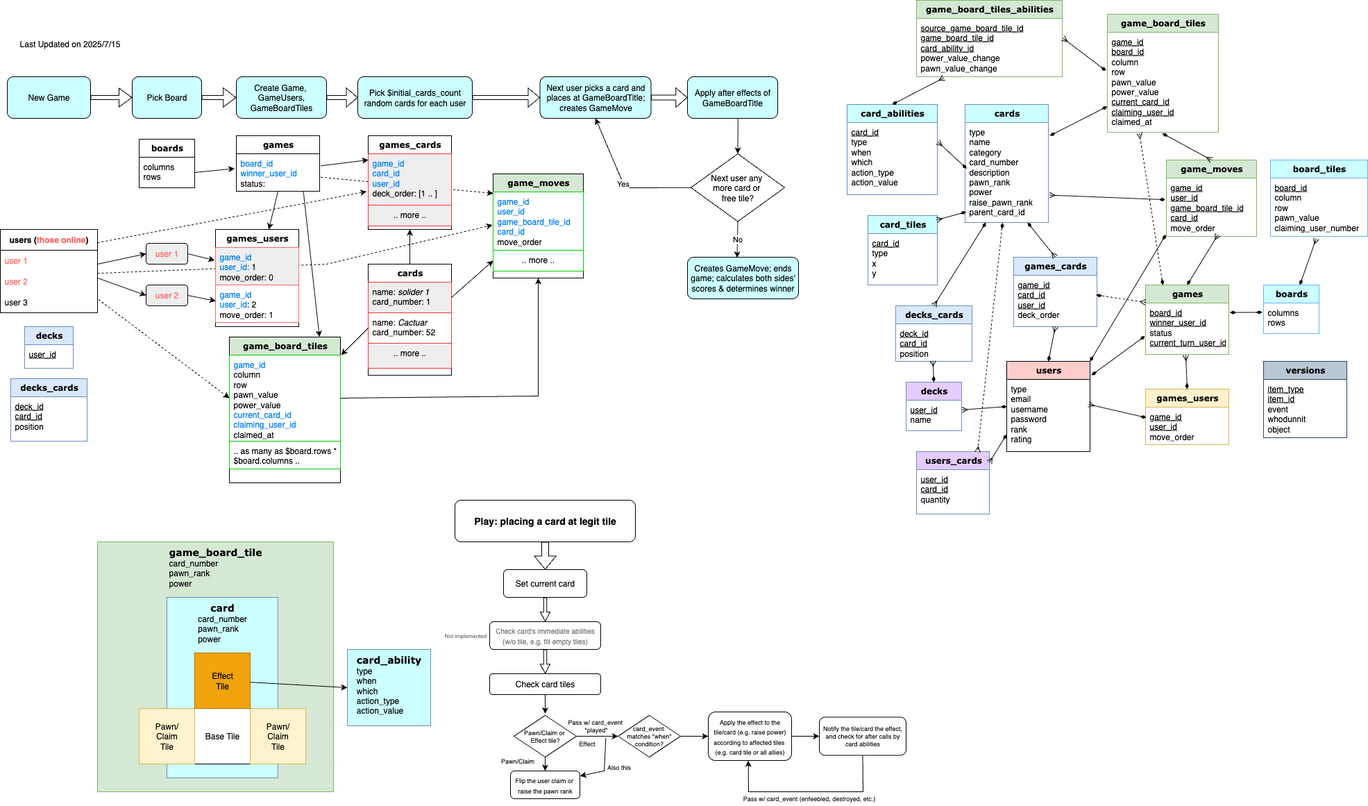
Before: app/assets/images/diagrams/EER.png, a diagram exported from draw.io (briangan/queens_blood_by_fan). Source tidied: cells renumbered, new cells last; positions are measured from the earlier drawing's top-left corner, leaving out a move shared by most shapes.
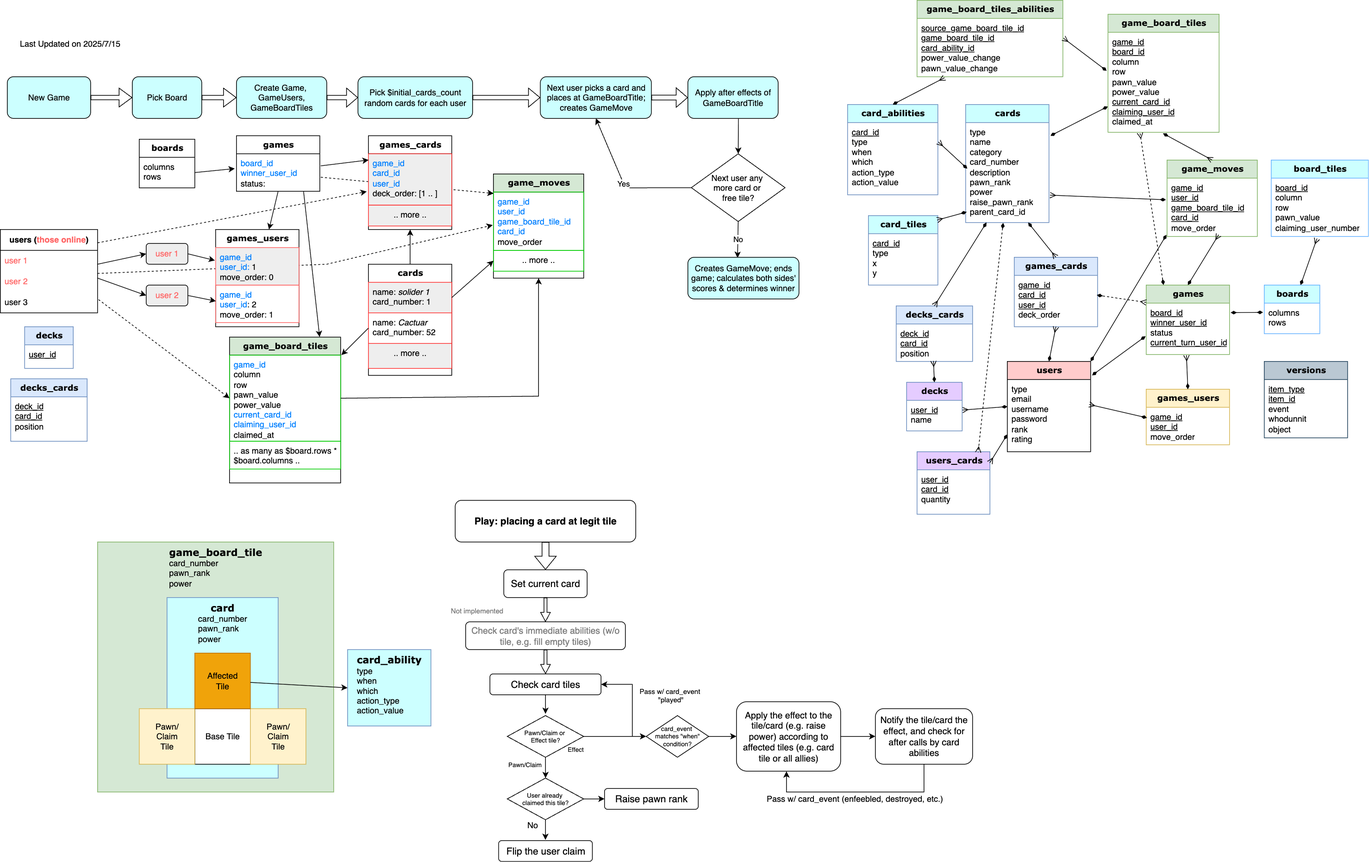
Later version of the same file.

Commit message:
EER diagram exported pic enlarged.

The edit, as a diff of the source:
```diff
@@ -389,7 +389,7 @@
     <mxCell id="126" value="Pawn/&lt;div&gt;Claim&lt;/div&gt;&lt;div&gt;Tile&lt;/div&gt;" style="whiteSpace=wrap;html=1;fillColor=#fff2cc;strokeColor=#d6b656;" parent="123" vertex="1">
       <mxGeometry x="160" y="80" width="80" height="80" as="geometry" />
     </mxCell>
-    <mxCell id="127" value="Effect&lt;div&gt;Tile&lt;/div&gt;" style="whiteSpace=wrap;html=1;fillColor=#f0a30a;strokeColor=#BD7000;fontColor=#000000;" parent="123" vertex="1">
+    <mxCell id="127" value="Affected&lt;div&gt;Tile&lt;/div&gt;" style="whiteSpace=wrap;html=1;fillColor=#f0a30a;strokeColor=#BD7000;fontColor=#000000;" parent="123" vertex="1">
       <mxGeometry x="80" width="80" height="80" as="geometry" />
     </mxCell>
     <mxCell id="128" style="endArrow=classic;html=1;rounded=0;entryX=0;entryY=0.5;entryDx=0;entryDy=0;" parent="1" edge="1" source="127" target="122">
@@ -398,7 +398,7 @@
     <mxCell id="129" value="&lt;span style=&quot;font-size: 14px; font-weight: 700; text-wrap-mode: nowrap;&quot;&gt;Play: placing a card at legit tile&lt;/span&gt;" style="rounded=1;whiteSpace=wrap;html=1;" parent="1" vertex="1">
       <mxGeometry x="655" y="720" width="260" height="60" as="geometry" />
     </mxCell>
-    <mxCell id="130" value="Set current card" style="rounded=1;whiteSpace=wrap;html=1;" parent="1" vertex="1">
+    <mxCell id="130" value="Set current card" style="rounded=1;whiteSpace=wrap;html=1;fontSize=14;" parent="1" vertex="1">
       <mxGeometry x="725" y="820" width="120" height="40" as="geometry" />
     </mxCell>
     <mxCell id="131" style="shape=flexArrow;endArrow=classic;html=1;rounded=0;entryX=0.5;entryY=0;entryDx=0;entryDy=0;" parent="1" edge="1" target="130">
@@ -406,29 +406,29 @@
         <mxPoint x="785" y="780" as="sourcePoint" />
       </mxGeometry>
     </mxCell>
-    <mxCell id="132" value="&lt;font style=&quot;font-size: 10px;&quot;&gt;Check card's immediate abilities (w/o tile, e.g.&amp;nbsp;&lt;/font&gt;&lt;span style=&quot;font-size: 10px; background-color: transparent; color: light-dark(rgb(128, 128, 128), rgb(127, 127, 127));&quot;&gt;fill empty tiles)&lt;/span&gt;" style="rounded=1;whiteSpace=wrap;html=1;fontColor=#808080;" parent="1" vertex="1">
-      <mxGeometry x="705" y="895" width="160" height="40" as="geometry" />
+    <mxCell id="132" value="&lt;font&gt;Check card's immediate abilities (w/o tile, e.g.&amp;nbsp;&lt;/font&gt;&lt;span style=&quot;background-color: transparent; color: light-dark(rgb(128, 128, 128), rgb(127, 127, 127));&quot;&gt;fill empty tiles)&lt;/span&gt;" style="rounded=1;whiteSpace=wrap;html=1;fontColor=#808080;fontSize=13;" parent="1" vertex="1">
+      <mxGeometry x="670" y="895" width="230" height="40" as="geometry" />
     </mxCell>
     <mxCell id="133" style="shape=flexArrow;endArrow=classic;html=1;rounded=0;width=4.444444444444445;endSize=4.075555555555556;endWidth=8.69135802469136;exitX=0.5;exitY=1;exitDx=0;exitDy=0;entryX=0.5;entryY=0;entryDx=0;entryDy=0;" parent="1" edge="1" source="130" target="132">
       <mxGeometry relative="1" as="geometry" />
     </mxCell>
-    <mxCell id="134" value="Check card tiles" style="rounded=1;whiteSpace=wrap;html=1;" parent="1" vertex="1">
+    <mxCell id="134" value="Check card tiles" style="rounded=1;whiteSpace=wrap;html=1;fontSize=14;" parent="1" vertex="1">
       <mxGeometry x="705" y="970" width="160" height="30" as="geometry" />
     </mxCell>
     <mxCell id="135" style="shape=flexArrow;endArrow=classic;html=1;rounded=0;width=4.444444444444445;endSize=4.075555555555556;endWidth=8.69135802469136;exitX=0.5;exitY=1;exitDx=0;exitDy=0;entryX=0.5;entryY=0;entryDx=0;entryDy=0;" parent="1" edge="1" source="132" target="134">
       <mxGeometry relative="1" as="geometry" />
     </mxCell>
     <mxCell id="136" value="Pawn/Claim or&amp;nbsp;&lt;div&gt;Effect tile?&lt;/div&gt;" style="rhombus;whiteSpace=wrap;html=1;fontSize=9;" parent="1" vertex="1">
-      <mxGeometry x="740" y="1030" width="90" height="60" as="geometry" />
+      <mxGeometry x="730" y="1030" width="110" height="60" as="geometry" />
     </mxCell>
-    <mxCell id="137" style="endArrow=classic;html=1;rounded=0;exitX=0.5;exitY=1;exitDx=0;exitDy=0;entryX=0.5;entryY=0;entryDx=0;entryDy=0;" parent="1" edge="1" source="136" target="139">
+    <mxCell id="137" style="endArrow=classic;html=1;rounded=0;exitX=0.5;exitY=1;exitDx=0;exitDy=0;entryX=0.5;entryY=0;entryDx=0;entryDy=0;" parent="1" edge="1" source="136" target="154">
       <mxGeometry relative="1" as="geometry" />
     </mxCell>
     <mxCell id="138" value="&lt;span style=&quot;font-size: 9px; text-wrap-mode: wrap;&quot;&gt;Pawn/Claim&lt;/span&gt;" style="text;html=1;align=center;verticalAlign=middle;strokeColor=none;fillColor=none;fontFamily=Helvetica;fontSize=12;fontColor=default;spacing=0;" parent="1" vertex="1">
-      <mxGeometry x="710" y="1085" width="70" height="20" as="geometry" />
+      <mxGeometry x="720" y="1090" width="70" height="20" as="geometry" />
     </mxCell>
-    <mxCell id="139" value="&lt;font style=&quot;font-size: 9px;&quot;&gt;Flip the user claim or&amp;nbsp;&lt;/font&gt;&lt;div&gt;&lt;font style=&quot;font-size: 9px;&quot;&gt;raise the pawn rank&lt;/font&gt;&lt;/div&gt;" style="rounded=1;whiteSpace=wrap;html=1;" parent="1" vertex="1">
-      <mxGeometry x="735" y="1110" width="100" height="40" as="geometry" />
+    <mxCell id="139" value="&lt;font&gt;Flip the user claim&lt;/font&gt;" style="rounded=1;whiteSpace=wrap;html=1;fontSize=14;" parent="1" vertex="1">
+      <mxGeometry x="717.5" y="1210" width="135" height="30" as="geometry" />
     </mxCell>
     <mxCell id="140" style="endArrow=classic;html=1;rounded=0;entryX=0.5;entryY=-0.041;entryDx=0;entryDy=0;entryPerimeter=0;exitX=0.5;exitY=1;exitDx=0;exitDy=0;" parent="1" edge="1" source="134" target="136">
       <mxGeometry relative="1" as="geometry" />
@@ -437,16 +437,16 @@
       <mxGeometry relative="1" as="geometry" />
     </mxCell>
     <mxCell id="142" value="&lt;span style=&quot;font-size: 9px; text-wrap-mode: wrap;&quot;&gt;Effect&lt;/span&gt;" style="text;html=1;align=center;verticalAlign=middle;strokeColor=none;fillColor=none;fontFamily=Helvetica;fontSize=12;fontColor=default;spacing=0;" parent="1" vertex="1">
-      <mxGeometry x="825" y="1060" width="40" height="20" as="geometry" />
+      <mxGeometry x="807.5" y="1067.5" width="40" height="20" as="geometry" />
     </mxCell>
-    <mxCell id="143" value="Not implemented" style="text;html=1;align=center;verticalAlign=middle;strokeColor=none;fillColor=none;fontSize=8;fontColor=#808080;" parent="1" vertex="1">
-      <mxGeometry x="630" y="905" width="80" height="20" as="geometry" />
+    <mxCell id="143" value="Not implemented" style="text;html=1;align=center;verticalAlign=middle;strokeColor=none;fillColor=none;fontSize=10;fontColor=#808080;" parent="1" vertex="1">
+      <mxGeometry x="636" y="863" width="100" height="30" as="geometry" />
     </mxCell>
-    <mxCell id="144" value="&lt;font style=&quot;font-size: 9px;&quot;&gt;Apply the effect to the tile/card (e.g. raise power)&lt;/font&gt;&lt;div&gt;&lt;font style=&quot;font-size: 9px;&quot;&gt;according to affected tiles&amp;nbsp;&lt;/font&gt;&lt;/div&gt;&lt;div&gt;&lt;font style=&quot;font-size: 9px;&quot;&gt;(e.g. card tile or all allies)&lt;/font&gt;&lt;/div&gt;" style="rounded=1;whiteSpace=wrap;html=1;" parent="1" vertex="1">
-      <mxGeometry x="1020" y="1025" width="120" height="70" as="geometry" />
+    <mxCell id="144" value="&lt;font&gt;Apply the effect to the tile/card (e.g. raise power)&amp;nbsp;&lt;/font&gt;&lt;span style=&quot;background-color: transparent; color: light-dark(rgb(0, 0, 0), rgb(255, 255, 255));&quot;&gt;according to affected tiles&amp;nbsp;&lt;/span&gt;&lt;span style=&quot;background-color: transparent; color: light-dark(rgb(0, 0, 0), rgb(255, 255, 255));&quot;&gt;(e.g. card tile or all allies)&lt;/span&gt;" style="rounded=1;whiteSpace=wrap;html=1;fontSize=13;" parent="1" vertex="1">
+      <mxGeometry x="1060" y="1010" width="150" height="100" as="geometry" />
     </mxCell>
-    <mxCell id="145" value="&lt;font&gt;Notify the tile/card the effect, and check for after calls by card abilities&lt;/font&gt;" style="rounded=1;whiteSpace=wrap;html=1;fontSize=9;" parent="1" vertex="1">
-      <mxGeometry x="1180" y="1032.5" width="125" height="55" as="geometry" />
+    <mxCell id="145" value="&lt;font&gt;Notify the tile/card the effect, and check for after calls by card abilities&lt;/font&gt;" style="rounded=1;whiteSpace=wrap;html=1;fontSize=13;" parent="1" vertex="1">
+      <mxGeometry x="1260" y="1020" width="140" height="80" as="geometry" />
     </mxCell>
     <mxCell id="146" style="endArrow=classic;html=1;rounded=0;exitX=1;exitY=0.5;exitDx=0;exitDy=0;entryX=0;entryY=0.5;entryDx=0;entryDy=0;" parent="1" edge="1" source="144" target="145">
       <mxGeometry relative="1" as="geometry" />
@@ -454,32 +454,47 @@
     <mxCell id="147" style="endArrow=classic;html=1;rounded=0;exitX=0.5;exitY=1;exitDx=0;exitDy=0;entryX=0.48;entryY=1.002;entryDx=0;entryDy=0;entryPerimeter=0;" parent="1" edge="1" source="145" target="144">
       <mxGeometry relative="1" as="geometry">
         <Array as="points">
-          <mxPoint x="1243" y="1140" />
-          <mxPoint x="1078" y="1140" />
+          <mxPoint x="1330" y="1140" />
+          <mxPoint x="1132" y="1140" />
         </Array>
       </mxGeometry>
     </mxCell>
-    <mxCell id="148" value="Pass w/ card_event&amp;nbsp;&lt;div&gt;&quot;played&quot;&lt;/div&gt;" style="text;html=1;align=center;verticalAlign=middle;points=[];strokeColor=none;fillColor=none;fontSize=9;" parent="1" vertex="1">
-      <mxGeometry x="807.5" y="1025" width="100" height="40" as="geometry" />
+    <mxCell id="148" value="Pass w/ card_event&amp;nbsp;&lt;div&gt;&quot;played&quot;&lt;/div&gt;" style="text;html=1;align=center;verticalAlign=middle;points=[];strokeColor=none;fillColor=none;fontSize=10;" parent="1" vertex="1">
+      <mxGeometry x="910" y="980" width="110" height="40" as="geometry" />
     </mxCell>
-    <mxCell id="149" value="Pass w/ card_event (enfeebled, destroyed, etc.)" style="text;html=1;align=center;verticalAlign=middle;strokeColor=none;fillColor=none;fontSize=9;" parent="1" vertex="1">
-      <mxGeometry x="1060" y="1140" width="210" height="20" as="geometry" />
+    <mxCell id="149" value="Pass w/ card_event (enfeebled, destroyed, etc.)" style="text;html=1;align=center;verticalAlign=middle;strokeColor=none;fillColor=none;fontSize=12;" parent="1" vertex="1">
+      <mxGeometry x="1090" y="1135" width="280" height="30" as="geometry" />
     </mxCell>
     <mxCell id="150" value="card_event&amp;nbsp;&lt;div&gt;matches &quot;when&quot; condition?&lt;/div&gt;" style="rhombus;whiteSpace=wrap;html=1;fontSize=9;" parent="1" vertex="1">
-      <mxGeometry x="890" y="1030" width="90" height="60" as="geometry" />
+      <mxGeometry x="930" y="1030" width="90" height="60" as="geometry" />
     </mxCell>
     <mxCell id="151" style="endArrow=classic;html=1;rounded=0;entryX=0;entryY=0.5;entryDx=0;entryDy=0;" parent="1" edge="1" source="150" target="144">
       <mxGeometry relative="1" as="geometry" />
     </mxCell>
-    <mxCell id="152" style="endArrow=classic;html=1;rounded=0;exitX=0.649;exitY=0.929;exitDx=0;exitDy=0;entryX=1.002;entryY=0.181;entryDx=0;entryDy=0;entryPerimeter=0;exitPerimeter=0;" parent="1" edge="1" source="148" target="139">
+    <mxCell id="152" style="endArrow=classic;html=1;rounded=0;entryX=1;entryY=0.5;entryDx=0;entryDy=0;" parent="1" edge="1" target="134">
       <mxGeometry relative="1" as="geometry">
+        <mxPoint x="910" y="1060" as="sourcePoint" />
         <Array as="points">
-          <mxPoint x="870" y="1110" />
+          <mxPoint x="910" y="985" />
         </Array>
       </mxGeometry>
     </mxCell>
-    <mxCell id="153" value="Also this" style="text;html=1;align=center;verticalAlign=middle;strokeColor=none;fillColor=none;fontSize=9;" parent="1" vertex="1">
-      <mxGeometry x="861" y="1095" width="60" height="20" as="geometry" />
-    </mxCell>
+    <mxCell id="154" value="User already&amp;nbsp;&lt;div&gt;claimed this tile?&lt;/div&gt;" style="rhombus;whiteSpace=wrap;html=1;fontSize=9;" parent="1" vertex="1">
+      <mxGeometry x="730" y="1120" width="110" height="60" as="geometry" />
+    </mxCell>
+    <mxCell id="155" style="endArrow=classic;html=1;rounded=0;exitX=0.5;exitY=1;exitDx=0;exitDy=0;" parent="1" edge="1" source="154">
+      <mxGeometry relative="1" as="geometry">
+        <mxPoint x="785" y="1209" as="targetPoint" />
+      </mxGeometry>
+    </mxCell>
+    <mxCell id="156" value="No" style="text;html=1;align=center;verticalAlign=middle;strokeColor=none;fillColor=none;" parent="1" vertex="1">
+      <mxGeometry x="746" y="1173" width="40" height="30" as="geometry" />
+    </mxCell>
+    <mxCell id="157" value="&lt;font&gt;Raise pawn rank&lt;/font&gt;" style="rounded=1;whiteSpace=wrap;html=1;fontSize=14;" parent="1" vertex="1">
+      <mxGeometry x="870" y="1135" width="135" height="30" as="geometry" />
+    </mxCell>
+    <mxCell id="158" style="endArrow=classic;html=1;rounded=0;entryX=0;entryY=0.5;entryDx=0;entryDy=0;exitX=1;exitY=0.5;exitDx=0;exitDy=0;" parent="1" edge="1" source="154" target="157">
+      <mxGeometry relative="1" as="geometry" />
+    </mxCell>
   </root>
 </mxGraphModel>
```
